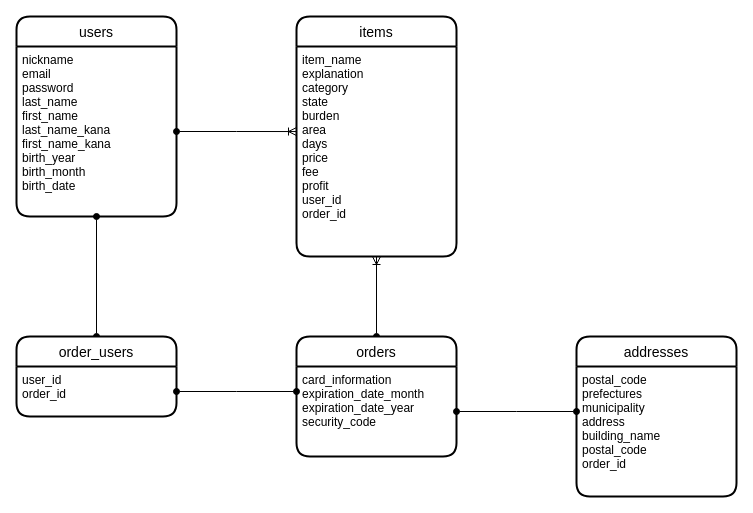
Before: furima_er.dio in sasaki-ichigo/furima-33050, a draw.io diagram. Source tidied: cells renumbered, new cells numbered last; positions are measured from the earlier drawing's top-left corner, leaving out a move shared by most shapes. Both pictures are drawn from the tidied source at 100%, with x=0, y=0 at pixel (16, 16).
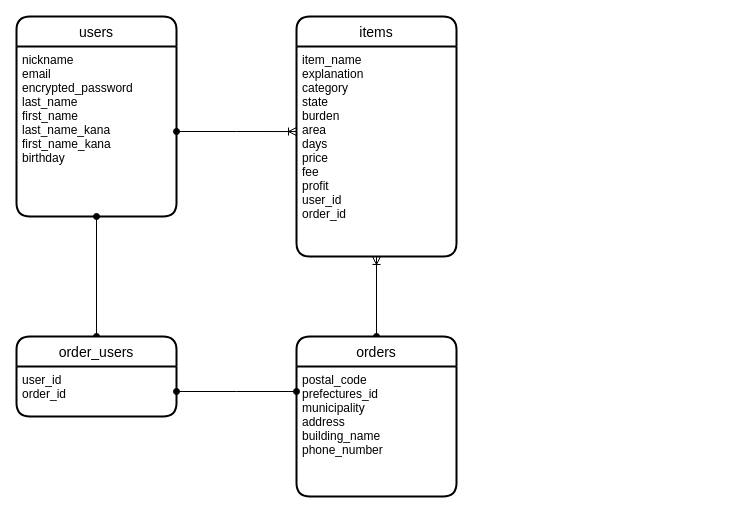
After the change.

Commit message (it also covers changes not shown here):
itemsテーブルのpriceカラムの型を「integer」に変更

The edit, as a diff of the source:
```diff
@@
 <mxGraphModel>
   <root>
     <mxCell id="0" />
     <mxCell id="1" parent="0" />
     <mxCell id="2" value="users" style="swimlane;horizontal=1;startSize=30;rounded=1;fontSize=14;fontStyle=0;strokeWidth=2;shadow=0;dashed=0;align=center;" parent="1" vertex="1">
       <mxGeometry width="160" height="200" as="geometry" />
     </mxCell>
-    <mxCell id="3" value="nickname&#10;email&#10;password&#10;last_name&#10;first_name&#10;last_name_kana&#10;first_name_kana&#10;birth_year&#10;birth_month&#10;birth_date" style="align=left;strokeColor=none;fillColor=none;spacingLeft=4;fontSize=12;verticalAlign=top;" parent="2" vertex="1">
+    <mxCell id="3" value="nickname&#10;email&#10;encrypted_password &#10;last_name&#10;first_name&#10;last_name_kana&#10;first_name_kana&#10;birthday" style="align=left;strokeColor=none;fillColor=none;spacingLeft=4;fontSize=12;verticalAlign=top;" parent="2" vertex="1">
       <mxGeometry y="30" width="160" height="170" as="geometry" />
     </mxCell>
     <mxCell id="4" value="items" style="swimlane;horizontal=1;startSize=30;rounded=1;fontSize=14;fontStyle=0;strokeWidth=2;shadow=0;dashed=0;align=center;" parent="1" vertex="1">
       <mxGeometry x="280" width="160" height="240" as="geometry" />
     </mxCell>
     <mxCell id="5" value="item_name&#10;explanation&#10;category&#10;state&#10;burden&#10;area&#10;days&#10;price&#10;fee&#10;profit&#10;user_id&#10;order_id" style="align=left;strokeColor=none;fillColor=none;spacingLeft=4;fontSize=12;verticalAlign=top;" parent="4" vertex="1">
       <mxGeometry y="30" width="160" height="210" as="geometry" />
     </mxCell>
     <mxCell id="6" style="edgeStyle=orthogonalEdgeStyle;rounded=0;jettySize=auto;html=1;exitX=0.5;exitY=0;exitDx=0;exitDy=0;entryX=0.5;entryY=1;entryDx=0;entryDy=0;startArrow=oval;startFill=1;endArrow=ERoneToMany;endFill=0;" parent="1" edge="1" source="7" target="5">
       <mxGeometry relative="1" as="geometry" />
     </mxCell>
     <mxCell id="7" value="orders" style="swimlane;horizontal=1;startSize=30;rounded=1;fontSize=14;fontStyle=0;strokeWidth=2;shadow=0;dashed=0;align=center;" parent="1" vertex="1">
-      <mxGeometry x="280" y="320" width="160" height="120" as="geometry" />
+      <mxGeometry x="280" y="320" width="160" height="160" as="geometry" />
     </mxCell>
-    <mxCell id="8" value="card_information&#10;expiration_date_month&#10;expiration_date_year&#10;security_code" style="align=left;strokeColor=none;fillColor=none;spacingLeft=4;fontSize=12;verticalAlign=top;" parent="7" vertex="1">
-      <mxGeometry y="30" width="160" height="90" as="geometry" />
+    <mxCell id="8" value="postal_code&#10;prefectures_id&#10;municipality&#10;address&#10;building_name&#10;phone_number" style="align=left;strokeColor=none;fillColor=none;spacingLeft=4;fontSize=12;verticalAlign=top;" parent="7" vertex="1">
+      <mxGeometry y="30" width="160" height="130" as="geometry" />
     </mxCell>
-    <mxCell id="9" value="addresses" style="swimlane;horizontal=1;startSize=30;rounded=1;fontSize=14;fontStyle=0;strokeWidth=2;shadow=0;dashed=0;align=center;" parent="1" vertex="1">
-      <mxGeometry x="560" y="320" width="160" height="160" as="geometry" />
-    </mxCell>
-    <mxCell id="10" value="postal_code&#10;prefectures&#10;municipality&#10;address&#10;building_name&#10;postal_code&#10;order_id" style="align=left;strokeColor=none;fillColor=none;spacingLeft=4;fontSize=12;verticalAlign=top;" parent="9" vertex="1">
-      <mxGeometry y="30" width="160" height="130" as="geometry" />
-    </mxCell>
     <mxCell id="11" style="edgeStyle=orthogonalEdgeStyle;rounded=0;jettySize=auto;html=1;exitX=0.5;exitY=0;exitDx=0;exitDy=0;entryX=0.5;entryY=1;entryDx=0;entryDy=0;startArrow=oval;startFill=1;endArrow=oval;endFill=1;" parent="1" edge="1" source="12" target="3">
       <mxGeometry relative="1" as="geometry" />
     </mxCell>
     <mxCell id="12" value="order_users" style="swimlane;horizontal=1;startSize=30;rounded=1;fontSize=14;fontStyle=0;strokeWidth=2;shadow=0;dashed=0;align=center;" parent="1" vertex="1">
       <mxGeometry y="320" width="160" height="80" as="geometry" />
     </mxCell>
     <mxCell id="13" value="user_id&#10;order_id" style="align=left;strokeColor=none;fillColor=none;spacingLeft=4;fontSize=12;verticalAlign=top;" parent="12" vertex="1">
       <mxGeometry y="30" width="160" height="50" as="geometry" />
     </mxCell>
     <mxCell id="14" style="edgeStyle=orthogonalEdgeStyle;rounded=0;orthogonalLoop=1;jettySize=auto;html=1;exitX=0.5;exitY=1;exitDx=0;exitDy=0;startArrow=ERoneToMany;startFill=0;endArrow=ERoneToMany;endFill=0;" parent="12" edge="1" source="13" target="13">
       <mxGeometry relative="1" as="geometry" />
     </mxCell>
     <mxCell id="15" style="edgeStyle=orthogonalEdgeStyle;rounded=0;jettySize=auto;html=1;exitX=1;exitY=0.5;exitDx=0;exitDy=0;entryX=0;entryY=0.405;entryDx=0;entryDy=0;entryPerimeter=0;startArrow=oval;startFill=1;endArrow=ERoneToMany;endFill=0;" parent="1" edge="1" source="3" target="5">
       <mxGeometry relative="1" as="geometry" />
     </mxCell>
     <mxCell id="16" style="edgeStyle=orthogonalEdgeStyle;rounded=0;jettySize=auto;html=1;exitX=1;exitY=0.5;exitDx=0;exitDy=0;startArrow=oval;startFill=1;endArrow=oval;endFill=1;" parent="1" edge="1" source="13">
       <mxGeometry relative="1" as="geometry">
         <mxPoint x="280" y="375" as="targetPoint" />
       </mxGeometry>
     </mxCell>
-    <mxCell id="17" style="edgeStyle=orthogonalEdgeStyle;rounded=0;jettySize=auto;html=1;exitX=1;exitY=0.5;exitDx=0;exitDy=0;startArrow=oval;startFill=1;endArrow=oval;endFill=1;" parent="1" edge="1" source="8">
-      <mxGeometry relative="1" as="geometry">
-        <mxPoint x="560" y="395" as="targetPoint" />
-      </mxGeometry>
-    </mxCell>
   </root>
 </mxGraphModel>
```
